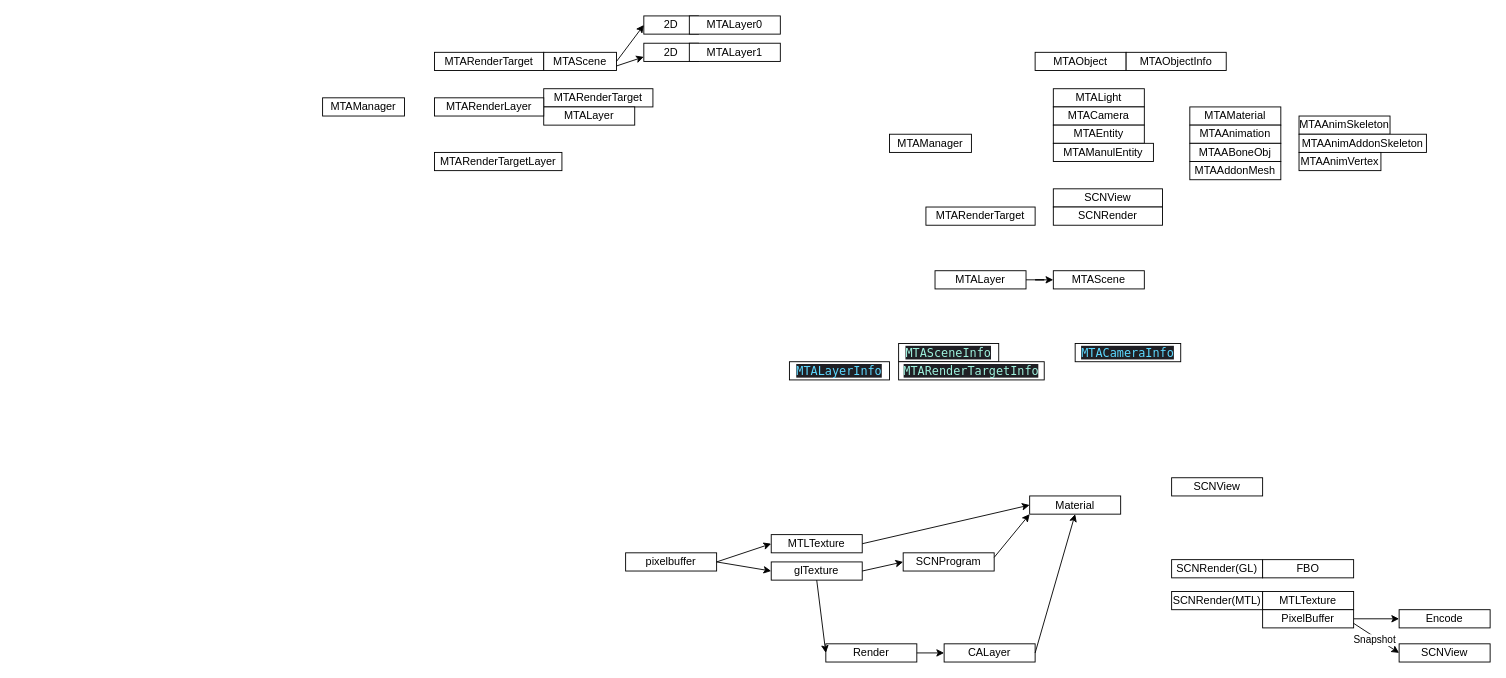
loleng/mediatools keeps this draw.io diagram as SceneKit.drawio. Above is the earlier version. Source tidied: cells renumbered, new cells numbered last; positions are measured from the earlier drawing's top-left corner, leaving out a move shared by most shapes. Both pictures are drawn from the tidied source at 91%, with x=0, y=0 at pixel (322, 15).
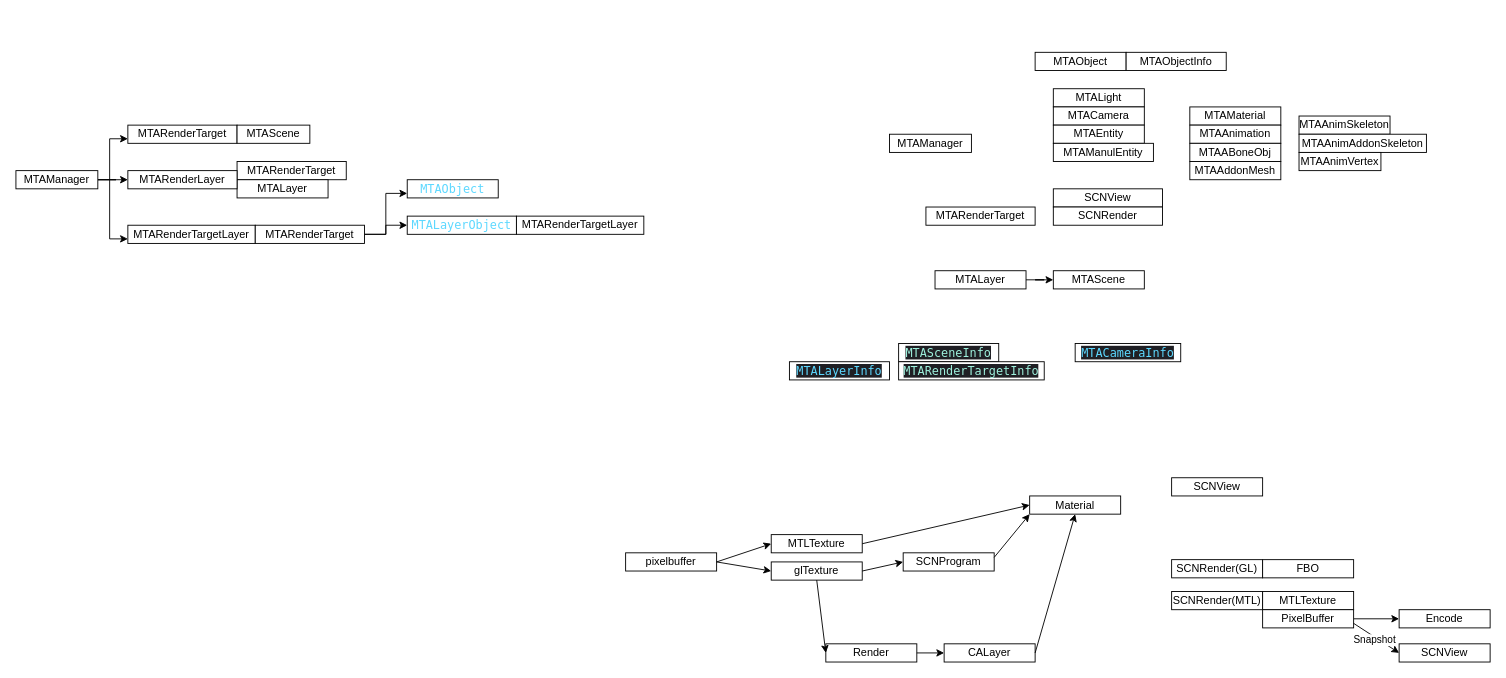
The same diagram, later.

The edit, as a diff of the source:
```diff
@@
+    <mxCell id="65" style="edgeStyle=orthogonalEdgeStyle;rounded=0;jettySize=auto;html=1;entryX=0;entryY=0.75;entryDx=0;entryDy=0;" parent="1" edge="1" source="52" target="53">
+      <mxGeometry relative="1" as="geometry">
+        <Array as="points">
+          <mxPoint x="-234" y="180" />
+          <mxPoint x="-234" y="135" />
+        </Array>
+      </mxGeometry>
+    </mxCell>
+    <mxCell id="66" style="edgeStyle=orthogonalEdgeStyle;rounded=0;jettySize=auto;html=1;entryX=0;entryY=0.75;entryDx=0;entryDy=0;" parent="1" edge="1" source="52" target="64">
+      <mxGeometry relative="1" as="geometry">
+        <Array as="points">
+          <mxPoint x="-234" y="180" />
+          <mxPoint x="-234" y="245" />
+        </Array>
+      </mxGeometry>
+    </mxCell>
+    <mxCell id="67" style="edgeStyle=orthogonalEdgeStyle;rounded=0;jettySize=auto;html=1;" parent="1" edge="1" source="52" target="63">
+      <mxGeometry relative="1" as="geometry" />
+    </mxCell>
     <mxCell id="52" value="MTAManager" style="whiteSpace=wrap;html=1;" parent="1" vertex="1">
-      <mxGeometry y="90" width="90" height="20" as="geometry" />
+      <mxGeometry x="-337" y="170" width="90" height="20" as="geometry" />
     </mxCell>
     <mxCell id="53" value="MTARenderTarget" style="whiteSpace=wrap;html=1;" parent="1" vertex="1">
-      <mxGeometry x="123" y="40" width="120" height="20" as="geometry" />
+      <mxGeometry x="-214" y="120" width="120" height="20" as="geometry" />
     </mxCell>
     <mxCell id="54" value="MTAScene" style="whiteSpace=wrap;html=1;" parent="1" vertex="1">
-      <mxGeometry x="243" y="40" width="80" height="20" as="geometry" />
+      <mxGeometry x="-94" y="120" width="80" height="20" as="geometry" />
     </mxCell>
-    <mxCell id="55" value="2D" style="whiteSpace=wrap;html=1;" parent="1" vertex="1">
-      <mxGeometry x="353" width="60" height="20" as="geometry" />
-    </mxCell>
-    <mxCell id="56" value="MTALayer0" style="whiteSpace=wrap;html=1;" parent="1" vertex="1">
-      <mxGeometry x="403" width="100" height="20" as="geometry" />
-    </mxCell>
-    <mxCell id="57" value="2D" style="whiteSpace=wrap;html=1;" parent="1" vertex="1">
-      <mxGeometry x="353" y="30" width="60" height="20" as="geometry" />
-    </mxCell>
-    <mxCell id="58" value="MTALayer1" style="whiteSpace=wrap;html=1;" parent="1" vertex="1">
-      <mxGeometry x="403" y="30" width="100" height="20" as="geometry" />
-    </mxCell>
     <mxCell id="59" value="MTARenderTarget" style="whiteSpace=wrap;html=1;" parent="1" vertex="1">
-      <mxGeometry x="243" y="80" width="120" height="20" as="geometry" />
+      <mxGeometry x="-94" y="160" width="120" height="20" as="geometry" />
     </mxCell>
-    <mxCell id="60" style="endArrow=classic;html=1;exitX=1;exitY=0.5;exitDx=0;exitDy=0;entryX=0;entryY=0.5;entryDx=0;entryDy=0;" parent="1" edge="1" source="54" target="55">
-      <mxGeometry relative="1" as="geometry" />
-    </mxCell>
-    <mxCell id="61" style="endArrow=classic;html=1;exitX=1;exitY=0.75;exitDx=0;exitDy=0;entryX=0;entryY=0.75;entryDx=0;entryDy=0;" parent="1" edge="1" source="54" target="57">
-      <mxGeometry relative="1" as="geometry" />
-    </mxCell>
     <mxCell id="62" value="MTALayer" style="whiteSpace=wrap;html=1;" parent="1" vertex="1">
-      <mxGeometry x="243" y="100" width="100" height="20" as="geometry" />
+      <mxGeometry x="-94" y="180" width="100" height="20" as="geometry" />
     </mxCell>
     <mxCell id="63" value="MTARenderLayer" style="whiteSpace=wrap;html=1;" parent="1" vertex="1">
-      <mxGeometry x="123" y="90" width="120" height="20" as="geometry" />
+      <mxGeometry x="-214" y="170" width="120" height="20" as="geometry" />
     </mxCell>
     <mxCell id="64" value="MTARenderTargetLayer" style="whiteSpace=wrap;html=1;" parent="1" vertex="1">
-      <mxGeometry x="123" y="150" width="140" height="20" as="geometry" />
+      <mxGeometry x="-214" y="230" width="140" height="20" as="geometry" />
     </mxCell>
+    <mxCell id="68" style="edgeStyle=orthogonalEdgeStyle;rounded=0;jettySize=auto;html=1;entryX=0;entryY=0.75;entryDx=0;entryDy=0;" parent="1" edge="1" source="70" target="71">
+      <mxGeometry relative="1" as="geometry" />
+    </mxCell>
+    <mxCell id="69" style="edgeStyle=orthogonalEdgeStyle;rounded=0;jettySize=auto;html=1;" parent="1" edge="1" source="70" target="72">
+      <mxGeometry relative="1" as="geometry" />
+    </mxCell>
+    <mxCell id="70" value="MTARenderTarget" style="whiteSpace=wrap;html=1;" parent="1" vertex="1">
+      <mxGeometry x="-74" y="230" width="120" height="20" as="geometry" />
+    </mxCell>
+    <mxCell id="71" value="&lt;p style=&quot;margin: 0px; font-stretch: normal; font-size: 13px; line-height: normal; font-family: menlo; color: rgb(93, 216, 255);&quot;&gt;MTAObject&lt;/p&gt;" style="whiteSpace=wrap;html=1;labelBackgroundColor=#ffffff;" parent="1" vertex="1">
+      <mxGeometry x="93" y="180" width="100" height="20" as="geometry" />
+    </mxCell>
+    <mxCell id="72" value="&lt;p style=&quot;margin: 0px ; font-stretch: normal ; font-size: 13px ; line-height: normal ; font-family: &amp;#34;menlo&amp;#34; ; color: rgb(93 , 216 , 255)&quot;&gt;MTALayerObject&lt;/p&gt;" style="whiteSpace=wrap;html=1;labelBackgroundColor=#ffffff;" parent="1" vertex="1">
+      <mxGeometry x="93" y="220" width="120" height="20" as="geometry" />
+    </mxCell>
+    <mxCell id="73" value="MTARenderTargetLayer" style="whiteSpace=wrap;html=1;" parent="1" vertex="1">
+      <mxGeometry x="213" y="220" width="140" height="20" as="geometry" />
+    </mxCell>
```
